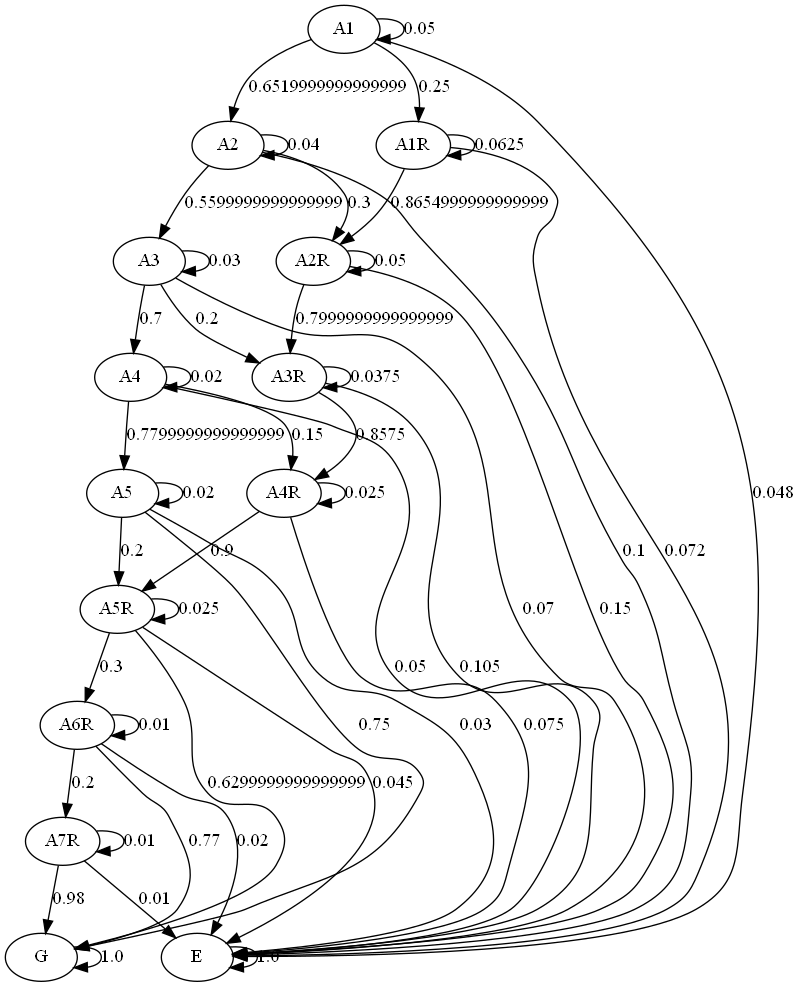
Above: graph/markov.png in JulianaFerreira/educacao (Graphviz), before the change. Its source is kept beside it as graph/markov.dot.
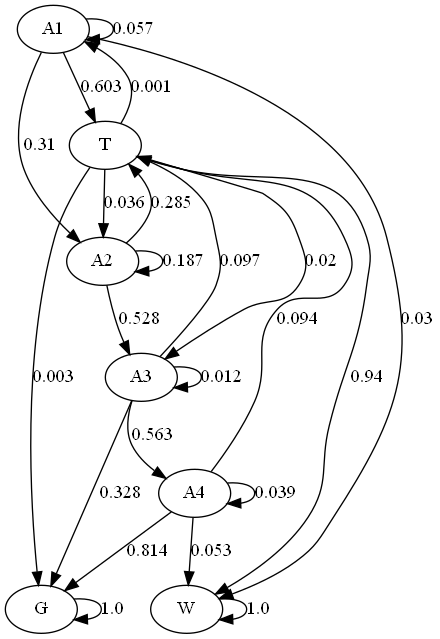
Later version of the same file.

Change to the diagram source:
```diff
@@ -1,61 +1,31 @@
 digraph  {
 A1;
+T;
 A2;
 A3;
 A4;
-A5;
-A1R;
-A2R;
-A3R;
-A4R;
-A5R;
-A6R;
-A7R;
 G;
-E;
-A1 -> A1  [key=0, label="0.05", weight="0.05"];
-A1 -> A2  [key=0, label="0.6519999999999999", weight="0.6519999999999999"];
-A1 -> A1R  [key=0, label="0.25", weight="0.25"];
-A1 -> E  [key=0, label="0.048", weight="0.048"];
-A2 -> A2  [key=0, label="0.04", weight="0.04"];
-A2 -> A3  [key=0, label="0.5599999999999999", weight="0.5599999999999999"];
-A2 -> A2R  [key=0, label="0.3", weight="0.3"];
-A2 -> E  [key=0, label="0.1", weight="0.1"];
-A3 -> A3  [key=0, label="0.03", weight="0.03"];
-A3 -> A4  [key=0, label="0.7", weight="0.7"];
-A3 -> A3R  [key=0, label="0.2", weight="0.2"];
-A3 -> E  [key=0, label="0.07", weight="0.07"];
-A4 -> A4  [key=0, label="0.02", weight="0.02"];
-A4 -> A5  [key=0, label="0.7799999999999999", weight="0.7799999999999999"];
-A4 -> A4R  [key=0, label="0.15", weight="0.15"];
-A4 -> E  [key=0, label="0.05", weight="0.05"];
-A5 -> A5  [key=0, label="0.02", weight="0.02"];
-A5 -> A5R  [key=0, label="0.2", weight="0.2"];
-A5 -> G  [key=0, label="0.75", weight="0.75"];
-A5 -> E  [key=0, label="0.03", weight="0.03"];
-A1R -> A1R  [key=0, label="0.0625", weight="0.0625"];
-A1R -> A2R  [key=0, label="0.8654999999999999", weight="0.8654999999999999"];
-A1R -> E  [key=0, label="0.072", weight="0.072"];
-A2R -> A2R  [key=0, label="0.05", weight="0.05"];
-A2R -> A3R  [key=0, label="0.7999999999999999", weight="0.7999999999999999"];
-A2R -> E  [key=0, label="0.15", weight="0.15"];
-A3R -> A3R  [key=0, label="0.0375", weight="0.0375"];
-A3R -> A4R  [key=0, label="0.8575", weight="0.8575"];
-A3R -> E  [key=0, label="0.105", weight="0.105"];
-A4R -> A4R  [key=0, label="0.025", weight="0.025"];
-A4R -> A5R  [key=0, label="0.9", weight="0.9"];
-A4R -> E  [key=0, label="0.075", weight="0.075"];
-A5R -> A5R  [key=0, label="0.025", weight="0.025"];
-A5R -> A6R  [key=0, label="0.3", weight="0.3"];
-A5R -> G  [key=0, label="0.6299999999999999", weight="0.6299999999999999"];
-A5R -> E  [key=0, label="0.045", weight="0.045"];
-A6R -> A6R  [key=0, label="0.01", weight="0.01"];
-A6R -> A7R  [key=0, label="0.2", weight="0.2"];
-A6R -> G  [key=0, label="0.77", weight="0.77"];
-A6R -> E  [key=0, label="0.02", weight="0.02"];
-A7R -> A7R  [key=0, label="0.01", weight="0.01"];
-A7R -> G  [key=0, label="0.98", weight="0.98"];
-A7R -> E  [key=0, label="0.01", weight="0.01"];
+W;
+A1 -> A1  [key=0, label="0.057", weight="0.057"];
+A1 -> A2  [key=0, label="0.31", weight="0.31"];
+A1 -> T  [key=0, label="0.603", weight="0.603"];
+A1 -> W  [key=0, label="0.03", weight="0.03"];
+T -> A1  [key=0, label="0.001", weight="0.001"];
+T -> A2  [key=0, label="0.036", weight="0.036"];
+T -> A3  [key=0, label="0.02", weight="0.02"];
+T -> G  [key=0, label="0.003", weight="0.003"];
+T -> W  [key=0, label="0.94", weight="0.94"];
+A2 -> A2  [key=0, label="0.187", weight="0.187"];
+A2 -> A3  [key=0, label="0.528", weight="0.528"];
+A2 -> T  [key=0, label="0.285", weight="0.285"];
+A3 -> A3  [key=0, label="0.012", weight="0.012"];
+A3 -> A4  [key=0, label="0.563", weight="0.563"];
+A3 -> T  [key=0, label="0.097", weight="0.097"];
+A3 -> G  [key=0, label="0.328", weight="0.328"];
+A4 -> A4  [key=0, label="0.039", weight="0.039"];
+A4 -> T  [key=0, label="0.094", weight="0.094"];
+A4 -> G  [key=0, label="0.814", weight="0.814"];
+A4 -> W  [key=0, label="0.053", weight="0.053"];
 G -> G  [key=0, label="1.0", weight="1.0"];
-E -> E  [key=0, label="1.0", weight="1.0"];
+W -> W  [key=0, label="1.0", weight="1.0"];
 }
```
